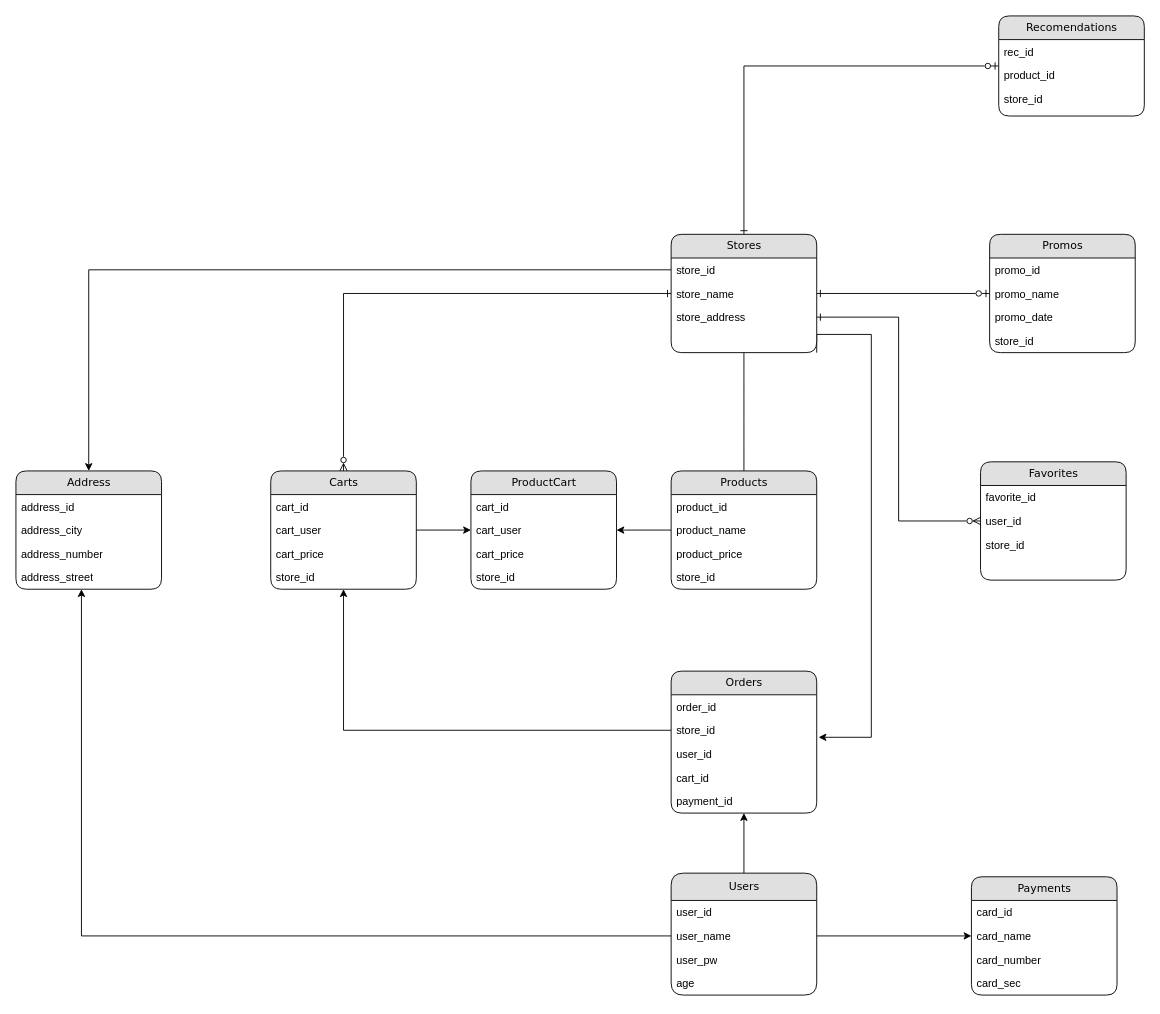
This is DatabaseModel/Model.drawio from babislz/FoodSpace, a draw.io file, before an edit. Source tidied: cells renumbered, new cells numbered last; positions are measured from the earlier drawing's top-left corner, leaving out a move shared by most shapes. Both pictures are drawn from the tidied source at 91%, with x=0, y=0 at pixel (15, 15).
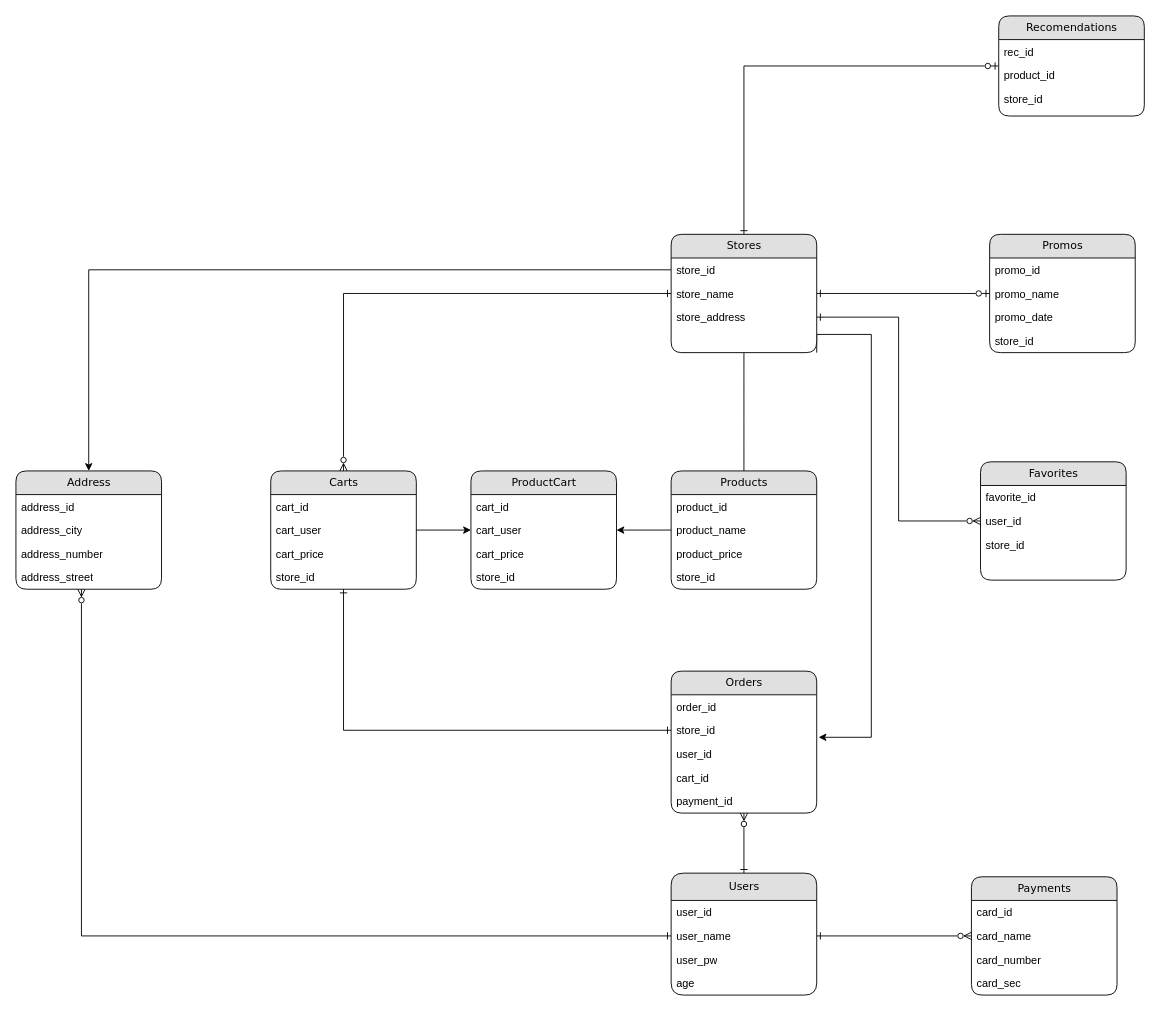
After the change.

Commit message:
Updated the database sketch

The change refers to these unchanged cells:
```xml
<mxCell id="3" value="Users" style="swimlane;html=1;fontStyle=0;horizontal=1;startSize=30;fillColor=#e0e0e0;swimlaneFillColor=#ffffff;align=center;rounded=1;shadow=0;comic=0;labelBackgroundColor=none;strokeWidth=1;fontFamily=Verdana;fontSize=12;" parent="1" vertex="1">
  <mxGeometry x="720" y="942" width="160" height="134" as="geometry" />
</mxCell>
<mxCell id="5" value="user_name" style="text;html=1;strokeColor=none;fillColor=none;spacingLeft=4;spacingRight=4;whiteSpace=wrap;overflow=hidden;points=[[0,0.5],[1,0.5]];portConstraint=eastwest;" parent="3" vertex="1">
  <mxGeometry y="56" width="160" height="26" as="geometry" />
</mxCell>
<mxCell id="18" value="address_street" style="text;html=1;strokeColor=none;fillColor=none;spacingLeft=4;spacingRight=4;whiteSpace=wrap;overflow=hidden;points=[[0,0.5],[1,0.5]];portConstraint=eastwest;" parent="14" vertex="1">
  <mxGeometry y="104" width="160" height="26" as="geometry" />
</mxCell>
<mxCell id="19" value="&lt;div&gt;Payments&lt;/div&gt;" style="swimlane;html=1;fontStyle=0;horizontal=1;startSize=26;fillColor=#e0e0e0;swimlaneFillColor=#ffffff;align=center;rounded=1;shadow=0;comic=0;labelBackgroundColor=none;strokeWidth=1;fontFamily=Verdana;fontSize=12;" parent="1" vertex="1">
  <mxGeometry x="1050" y="946" width="160" height="130" as="geometry" />
</mxCell>
<mxCell id="29" value="Carts" style="swimlane;html=1;fontStyle=0;horizontal=1;startSize=26;fillColor=#e0e0e0;swimlaneFillColor=#ffffff;align=center;rounded=1;shadow=0;comic=0;labelBackgroundColor=none;strokeWidth=1;fontFamily=Verdana;fontSize=12;" parent="1" vertex="1">
  <mxGeometry x="280" y="500" width="160" height="130" as="geometry" />
</mxCell>
<mxCell id="34" value="Orders" style="swimlane;html=1;fontStyle=0;horizontal=1;startSize=26;fillColor=#e0e0e0;swimlaneFillColor=#ffffff;align=center;rounded=1;shadow=0;comic=0;labelBackgroundColor=none;strokeWidth=1;fontFamily=Verdana;fontSize=12;" parent="1" vertex="1">
  <mxGeometry x="720" y="720" width="160" height="156" as="geometry" />
</mxCell>
<mxCell id="36" value="store_id" style="text;html=1;strokeColor=none;fillColor=none;spacingLeft=4;spacingRight=4;whiteSpace=wrap;overflow=hidden;points=[[0,0.5],[1,0.5]];portConstraint=eastwest;" parent="34" vertex="1">
  <mxGeometry y="52" width="160" height="26" as="geometry" />
</mxCell>
```

The edit, as a diff of the source:
```diff
@@
-    <mxCell id="2" style="edgeStyle=orthogonalEdgeStyle;rounded=0;jettySize=auto;html=1;" parent="1" edge="1" source="3" target="34">
+    <mxCell id="2" style="edgeStyle=orthogonalEdgeStyle;rounded=0;jettySize=auto;html=1;endArrow=ERzeroToMany;endFill=0;startArrow=ERone;startFill=0;" parent="1" edge="1" source="3" target="34">
       <mxGeometry relative="1" as="geometry" />
     </mxCell>
@@
-    <mxCell id="63" style="edgeStyle=orthogonalEdgeStyle;rounded=0;jettySize=auto;html=1;entryX=0.45;entryY=1;entryDx=0;entryDy=0;entryPerimeter=0;" parent="1" edge="1" source="5" target="18">
+    <mxCell id="63" style="edgeStyle=orthogonalEdgeStyle;rounded=0;jettySize=auto;html=1;entryX=0.45;entryY=1;entryDx=0;entryDy=0;entryPerimeter=0;endArrow=ERzeroToMany;endFill=0;startArrow=ERone;startFill=0;" parent="1" edge="1" source="5" target="18">
       <mxGeometry relative="1" as="geometry" />
     </mxCell>
@@
-    <mxCell id="66" style="edgeStyle=orthogonalEdgeStyle;rounded=0;jettySize=auto;html=1;" parent="1" edge="1" source="5" target="19">
+    <mxCell id="66" style="edgeStyle=orthogonalEdgeStyle;rounded=0;jettySize=auto;html=1;endArrow=ERzeroToMany;endFill=0;startArrow=ERone;startFill=0;" parent="1" edge="1" source="5" target="19">
       <mxGeometry relative="1" as="geometry" />
     </mxCell>
-    <mxCell id="67" style="edgeStyle=orthogonalEdgeStyle;rounded=0;jettySize=auto;html=1;" parent="1" edge="1" source="36" target="29">
+    <mxCell id="67" style="edgeStyle=orthogonalEdgeStyle;rounded=0;jettySize=auto;html=1;endArrow=ERone;endFill=0;startArrow=ERone;startFill=0;" parent="1" edge="1" source="36" target="29">
       <mxGeometry relative="1" as="geometry" />
     </mxCell>
```
